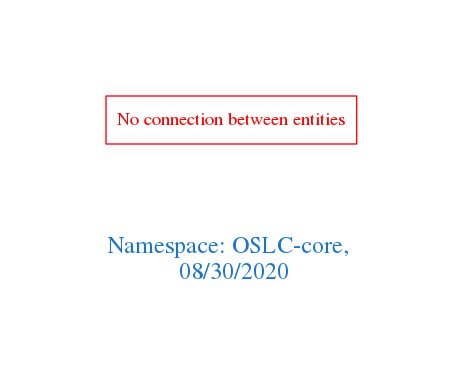
The Graphviz diagram downloads/OSLC-core.png in arago/OGIT, before a commit. Its source is kept beside it as downloads/OSLC-core.dot.
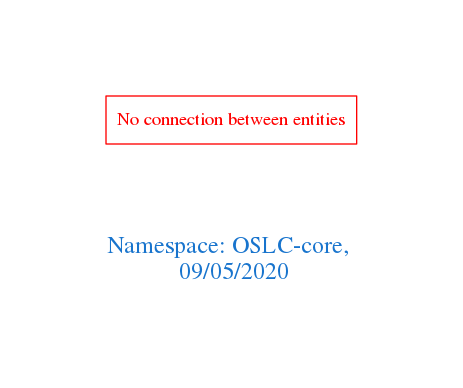
Above is the later version.

What changed in the source:
```diff
@@ -1,7 +1,7 @@
 digraph OGIT_ontology {
  graph [ rankdir= LR,pad=1
 fontsize = 18,
-fontcolor= dodgerblue3,label = "\n\n\nNamespace: OSLC-core, \n 08/30/2020"];
+fontcolor= dodgerblue3,label = "\n\n\nNamespace: OSLC-core, \n 09/05/2020"];
 node[shape=polygon];
 edge [  color="gray81"];
 
```
